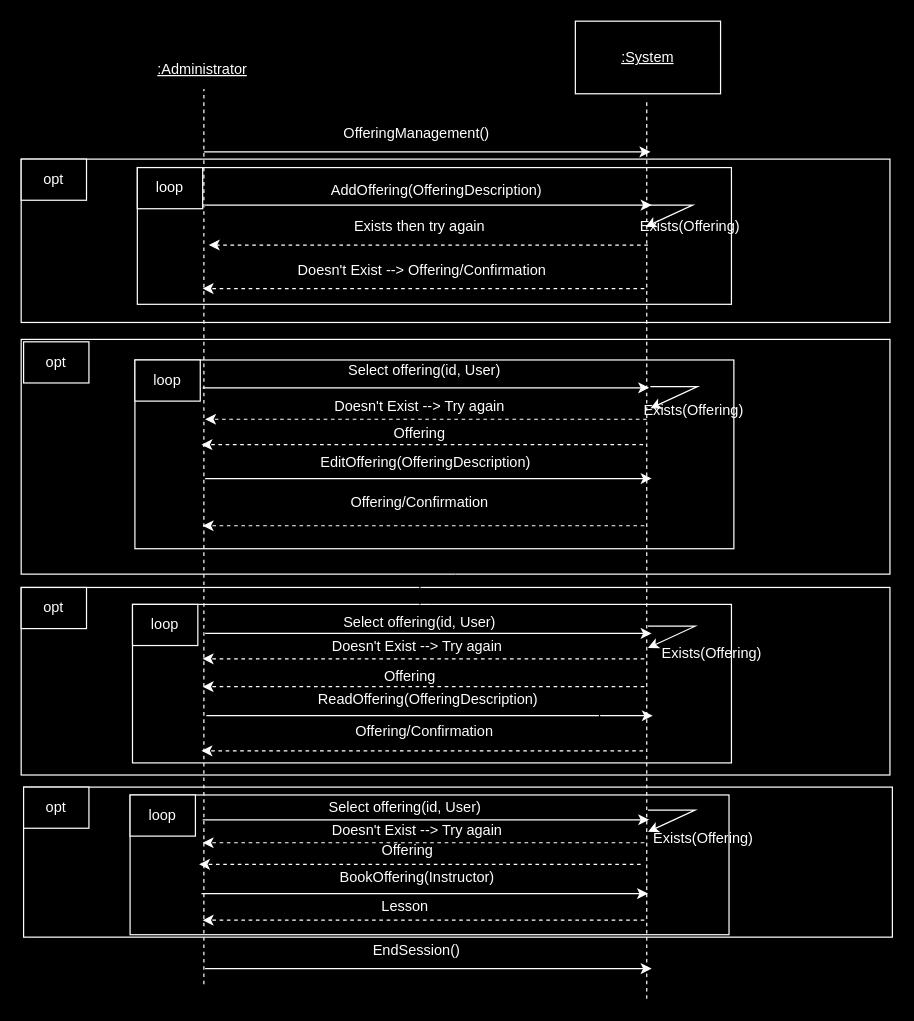
matdavid7272/342project keeps this draw.io diagram as Use Case 1/ssd_ProccessOfferings.drawio. Above is the earlier version. Source tidied: cells renumbered, new cells numbered last; positions are measured from the earlier drawing's top-left corner, leaving out a move shared by most shapes. Both pictures are drawn from the tidied source at 121%, with x=0, y=0 at pixel (21, 21).
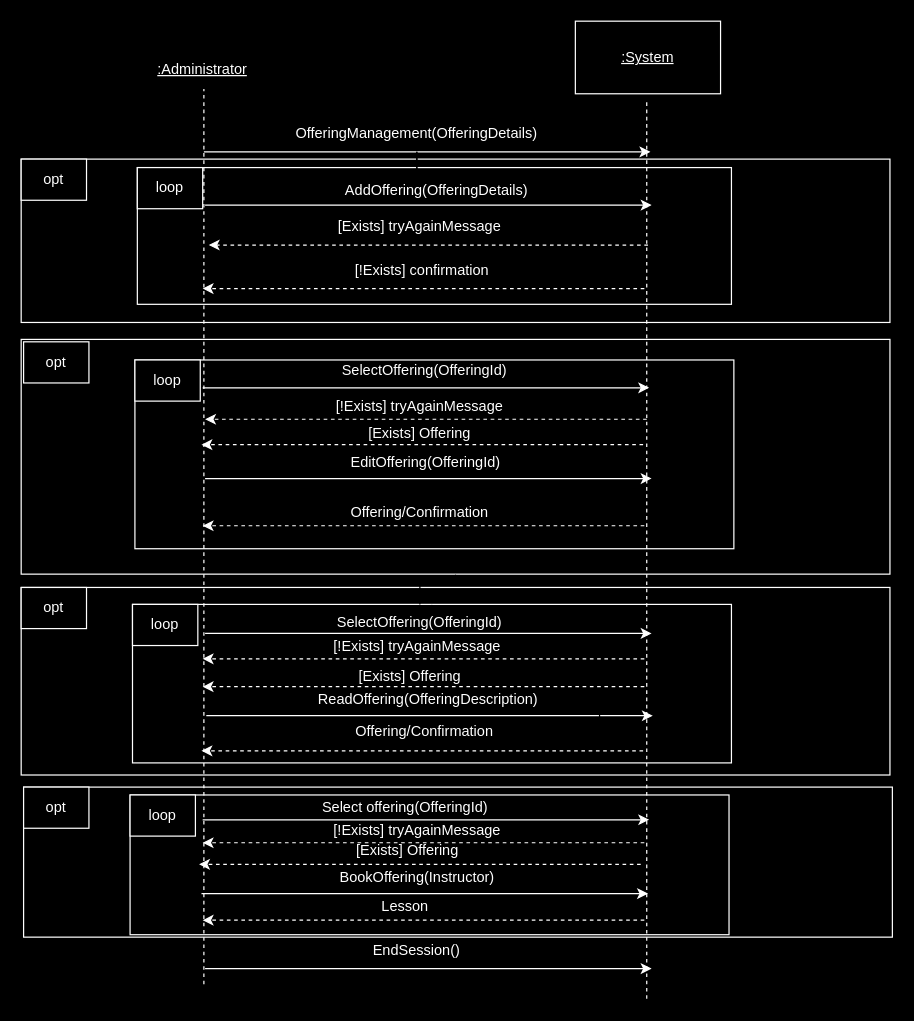
Above is the later version.

Diff of the diagram source:
```diff
@@
-    <mxCell id="22" value="&lt;font color=&quot;#ffffff&quot;&gt;EditOffering(OfferingDescription)&lt;/font&gt;" style="text;html=1;align=center;verticalAlign=middle;whiteSpace=wrap;rounded=0;" parent="1" vertex="1">
+    <mxCell id="22" value="&lt;font color=&quot;#ffffff&quot;&gt;EditOffering(OfferingId)&lt;/font&gt;" style="text;html=1;align=center;verticalAlign=middle;whiteSpace=wrap;rounded=0;" parent="1" vertex="1">
       <mxGeometry x="213" y="350" width="243" height="30" as="geometry" />
     </mxCell>
@@
     <mxCell id="24" value="&lt;font style=&quot;background-color: rgb(0, 0, 0);&quot; color=&quot;#ffffff&quot;&gt;Offering/Confirmation&lt;/font&gt;" style="text;html=1;align=center;verticalAlign=middle;whiteSpace=wrap;rounded=0;" parent="1" vertex="1">
-      <mxGeometry x="208" y="383" width="243" height="30" as="geometry" />
+      <mxGeometry x="208" y="391" width="243" height="30" as="geometry" />
     </mxCell>
@@
+    <mxCell id="73" style="edgeStyle=orthogonalEdgeStyle;rounded=0;jettySize=auto;html=1;" parent="1" edge="1" source="35" target="37">
+      <mxGeometry relative="1" as="geometry" />
+    </mxCell>
+    <mxCell id="74" style="edgeStyle=orthogonalEdgeStyle;rounded=0;jettySize=auto;html=1;" parent="1" edge="1" source="35" target="37">
+      <mxGeometry relative="1" as="geometry" />
+    </mxCell>
-    <mxCell id="35" value="&lt;font color=&quot;#ffffff&quot;&gt;OfferingManagement()&lt;/font&gt;" style="text;html=1;align=center;verticalAlign=middle;whiteSpace=wrap;rounded=0;" parent="1" vertex="1">
+    <mxCell id="35" value="&lt;font color=&quot;#ffffff&quot;&gt;OfferingManagement(OfferingDetails)&lt;/font&gt;" style="text;html=1;align=center;verticalAlign=middle;whiteSpace=wrap;rounded=0;" parent="1" vertex="1">
       <mxGeometry x="297" y="78" width="60" height="30" as="geometry" />
     </mxCell>
@@
-    <mxCell id="37" value="&lt;font color=&quot;#ffffff&quot;&gt;AddOffering(OfferingDescription)&lt;/font&gt;" style="text;html=1;align=center;verticalAlign=middle;whiteSpace=wrap;rounded=0;" parent="1" vertex="1">
+    <mxCell id="37" value="&lt;font color=&quot;#ffffff&quot;&gt;AddOffering(OfferingDetails)&lt;/font&gt;" style="text;html=1;align=center;verticalAlign=middle;whiteSpace=wrap;rounded=0;" parent="1" vertex="1">
       <mxGeometry x="222" y="125" width="243" height="30" as="geometry" />
     </mxCell>
@@
-    <mxCell id="39" value="&lt;font style=&quot;background-color: rgb(0, 0, 0);&quot; color=&quot;#ffffff&quot;&gt;Doesn't Exist --&amp;gt; Offering/Confirmation&lt;/font&gt;" style="text;html=1;align=center;verticalAlign=middle;whiteSpace=wrap;rounded=0;" parent="1" vertex="1">
+    <mxCell id="39" value="&lt;font color=&quot;#ffffff&quot;&gt;&lt;span style=&quot;background-color: rgb(0, 0, 0);&quot;&gt;[!Exists] confirmation&lt;/span&gt;&lt;/font&gt;" style="text;html=1;align=center;verticalAlign=middle;whiteSpace=wrap;rounded=0;" parent="1" vertex="1">
       <mxGeometry x="210" y="191" width="243" height="30" as="geometry" />
     </mxCell>
@@
-    <mxCell id="45" value="&lt;font color=&quot;#ffffff&quot;&gt;Select offering(id, User)&lt;/font&gt;" style="text;html=1;align=center;verticalAlign=middle;whiteSpace=wrap;rounded=0;" parent="1" vertex="1">
+    <mxCell id="45" value="&lt;font color=&quot;#ffffff&quot;&gt;SelectOffering(OfferingId)&lt;/font&gt;" style="text;html=1;align=center;verticalAlign=middle;whiteSpace=wrap;rounded=0;" parent="1" vertex="1">
       <mxGeometry x="212" y="274" width="243" height="30" as="geometry" />
     </mxCell>
@@
-    <mxCell id="47" value="&lt;font color=&quot;#ffffff&quot;&gt;Offering&lt;/font&gt;" style="text;html=1;align=center;verticalAlign=middle;whiteSpace=wrap;rounded=0;" parent="1" vertex="1">
+    <mxCell id="47" value="&lt;span style=&quot;color: rgb(255, 255, 255); background-color: rgb(0, 0, 0);&quot;&gt;[Exists]&amp;nbsp;&lt;/span&gt;&lt;font color=&quot;#ffffff&quot;&gt;Offering&lt;/font&gt;" style="text;html=1;align=center;verticalAlign=middle;whiteSpace=wrap;rounded=0;" parent="1" vertex="1">
       <mxGeometry x="208" y="326" width="243" height="30" as="geometry" />
     </mxCell>
@@
-    <mxCell id="51" value="&lt;font color=&quot;#ffffff&quot;&gt;Select offering(id, User)&lt;/font&gt;" style="text;html=1;align=center;verticalAlign=middle;whiteSpace=wrap;rounded=0;" parent="1" vertex="1">
+    <mxCell id="51" value="&lt;font color=&quot;#ffffff&quot;&gt;SelectOffering(OfferingId)&lt;/font&gt;" style="text;html=1;align=center;verticalAlign=middle;whiteSpace=wrap;rounded=0;" parent="1" vertex="1">
       <mxGeometry x="208" y="482" width="243" height="30" as="geometry" />
     </mxCell>
-    <mxCell id="52" value="&lt;font color=&quot;#ffffff&quot;&gt;Offering&lt;/font&gt;" style="text;html=1;align=center;verticalAlign=middle;whiteSpace=wrap;rounded=0;" parent="1" vertex="1">
+    <mxCell id="52" value="&lt;span style=&quot;color: rgb(255, 255, 255); background-color: rgb(0, 0, 0);&quot;&gt;[Exists]&amp;nbsp;&lt;/span&gt;&lt;font color=&quot;#ffffff&quot;&gt;Offering&lt;/font&gt;" style="text;html=1;align=center;verticalAlign=middle;whiteSpace=wrap;rounded=0;" parent="1" vertex="1">
       <mxGeometry x="200" y="527" width="243" height="30" as="geometry" />
     </mxCell>
@@
-    <mxCell id="55" value="&lt;font color=&quot;#ffffff&quot;&gt;Offering&lt;/font&gt;" style="text;html=1;align=center;verticalAlign=middle;whiteSpace=wrap;rounded=0;" parent="1" vertex="1">
+    <mxCell id="55" value="&lt;span style=&quot;color: rgb(255, 255, 255); background-color: rgb(0, 0, 0);&quot;&gt;[Exists]&amp;nbsp;&lt;/span&gt;&lt;font color=&quot;#ffffff&quot;&gt;Offering&lt;/font&gt;" style="text;html=1;align=center;verticalAlign=middle;whiteSpace=wrap;rounded=0;" parent="1" vertex="1">
       <mxGeometry x="198" y="671" width="243" height="30" as="geometry" />
     </mxCell>
-    <mxCell id="56" value="&lt;font color=&quot;#ffffff&quot;&gt;Select offering(id, User)&lt;/font&gt;" style="text;html=1;align=center;verticalAlign=middle;whiteSpace=wrap;rounded=0;" parent="1" vertex="1">
+    <mxCell id="56" value="&lt;font color=&quot;#ffffff&quot;&gt;Select offering(OfferingId)&lt;/font&gt;" style="text;html=1;align=center;verticalAlign=middle;whiteSpace=wrap;rounded=0;" parent="1" vertex="1">
       <mxGeometry x="196" y="635" width="243" height="30" as="geometry" />
     </mxCell>
-    <mxCell id="57" style="endArrow=classic;html=1;rounded=0;strokeColor=#FFFFFF;" parent="1" edge="1">
-      <mxGeometry relative="1" as="geometry">
-        <mxPoint x="516" y="152" as="sourcePoint" />
-        <mxPoint x="516" y="170" as="targetPoint" />
-        <Array as="points">
-          <mxPoint x="555" y="152" />
-        </Array>
-      </mxGeometry>
-    </mxCell>
-    <mxCell id="58" value="&lt;font color=&quot;#ffffff&quot;&gt;Exists(Offering)&lt;/font&gt;" style="text;html=1;align=center;verticalAlign=middle;whiteSpace=wrap;rounded=0;" parent="1" vertex="1">
-      <mxGeometry x="509" y="152.5" width="88" height="35" as="geometry" />
-    </mxCell>
-    <mxCell id="59" style="endArrow=classic;html=1;rounded=0;strokeColor=#FFFFFF;dashed=1;exitX=0.102;exitY=0.929;exitDx=0;exitDy=0;exitPerimeter=0;" parent="1" edge="1" source="58">
+    <mxCell id="59" style="endArrow=classic;html=1;rounded=0;strokeColor=#FFFFFF;dashed=1;exitX=0.102;exitY=0.929;exitDx=0;exitDy=0;exitPerimeter=0;" parent="1" edge="1">
       <mxGeometry relative="1" as="geometry">
+        <mxPoint x="518" y="185" as="sourcePoint" />
         <mxPoint x="155" y="185" as="targetPoint" />
       </mxGeometry>
     </mxCell>
-    <mxCell id="60" value="&lt;font style=&quot;background-color: rgb(0, 0, 0);&quot; color=&quot;#ffffff&quot;&gt;Exists then try again&lt;/font&gt;" style="text;html=1;align=center;verticalAlign=middle;whiteSpace=wrap;rounded=0;" parent="1" vertex="1">
+    <mxCell id="60" value="&lt;font color=&quot;#ffffff&quot;&gt;&lt;span style=&quot;background-color: rgb(0, 0, 0);&quot;&gt;[Exists] tryAgainMessage&lt;/span&gt;&lt;/font&gt;" style="text;html=1;align=center;verticalAlign=middle;whiteSpace=wrap;rounded=0;" parent="1" vertex="1">
       <mxGeometry x="208" y="155" width="243" height="30" as="geometry" />
     </mxCell>
-    <mxCell id="61" value="&lt;span style=&quot;color: rgb(255, 255, 255);&quot;&gt;Exists(Offering)&lt;/span&gt;" style="text;html=1;align=center;verticalAlign=middle;whiteSpace=wrap;rounded=0;" parent="1" vertex="1">
-      <mxGeometry x="512" y="304" width="88" height="35" as="geometry" />
-    </mxCell>
-    <mxCell id="62" style="endArrow=classic;html=1;rounded=0;strokeColor=#FFFFFF;" parent="1" edge="1">
-      <mxGeometry relative="1" as="geometry">
-        <mxPoint x="520" y="302" as="sourcePoint" />
-        <mxPoint x="520" y="320" as="targetPoint" />
-        <Array as="points">
-          <mxPoint x="559" y="302" />
-        </Array>
-      </mxGeometry>
-    </mxCell>
@@
-    <mxCell id="64" value="&lt;font color=&quot;#ffffff&quot;&gt;Doesn't Exist --&amp;gt; Try again&lt;/font&gt;" style="text;html=1;align=center;verticalAlign=middle;whiteSpace=wrap;rounded=0;" parent="1" vertex="1">
+    <mxCell id="64" value="&lt;span style=&quot;color: rgb(255, 255, 255); background-color: rgb(0, 0, 0);&quot;&gt;[!Exists] tryAgainMessage&lt;/span&gt;" style="text;html=1;align=center;verticalAlign=middle;whiteSpace=wrap;rounded=0;" parent="1" vertex="1">
       <mxGeometry x="208" y="304" width="243" height="30" as="geometry" />
     </mxCell>
-    <mxCell id="65" style="endArrow=classic;html=1;rounded=0;strokeColor=#FFFFFF;" parent="1" edge="1">
-      <mxGeometry relative="1" as="geometry">
-        <mxPoint x="518" y="652" as="sourcePoint" />
-        <mxPoint x="518" y="670" as="targetPoint" />
-        <Array as="points">
-          <mxPoint x="557" y="652" />
-        </Array>
-      </mxGeometry>
-    </mxCell>
@@
-    <mxCell id="67" value="&lt;font color=&quot;#ffffff&quot;&gt;Doesn't Exist --&amp;gt; Try again&lt;/font&gt;" style="text;html=1;align=center;verticalAlign=middle;whiteSpace=wrap;rounded=0;" parent="1" vertex="1">
+    <mxCell id="67" value="&lt;span style=&quot;color: rgb(255, 255, 255); background-color: rgb(0, 0, 0);&quot;&gt;[!Exists] tryAgainMessage&lt;/span&gt;" style="text;html=1;align=center;verticalAlign=middle;whiteSpace=wrap;rounded=0;" parent="1" vertex="1">
       <mxGeometry x="206" y="654" width="243" height="30" as="geometry" />
     </mxCell>
-    <mxCell id="68" style="endArrow=classic;html=1;rounded=0;strokeColor=#FFFFFF;" parent="1" edge="1">
-      <mxGeometry relative="1" as="geometry">
-        <mxPoint x="518" y="500" as="sourcePoint" />
-        <mxPoint x="518" y="518" as="targetPoint" />
-        <Array as="points">
-          <mxPoint x="557" y="500" />
-        </Array>
-      </mxGeometry>
-    </mxCell>
@@
-    <mxCell id="70" value="&lt;font color=&quot;#ffffff&quot;&gt;Doesn't Exist --&amp;gt; Try again&lt;/font&gt;" style="text;html=1;align=center;verticalAlign=middle;whiteSpace=wrap;rounded=0;" parent="1" vertex="1">
+    <mxCell id="70" value="&lt;span style=&quot;color: rgb(255, 255, 255); background-color: rgb(0, 0, 0);&quot;&gt;[!Exists] tryAgainMessage&lt;/span&gt;" style="text;html=1;align=center;verticalAlign=middle;whiteSpace=wrap;rounded=0;" parent="1" vertex="1">
       <mxGeometry x="206" y="502" width="243" height="30" as="geometry" />
     </mxCell>
-    <mxCell id="71" value="&lt;span style=&quot;color: rgb(255, 255, 255);&quot;&gt;Exists(Offering)&lt;/span&gt;" style="text;html=1;align=center;verticalAlign=middle;whiteSpace=wrap;rounded=0;" parent="1" vertex="1">
-      <mxGeometry x="527" y="505" width="88" height="35" as="geometry" />
-    </mxCell>
-    <mxCell id="72" value="&lt;span style=&quot;color: rgb(255, 255, 255);&quot;&gt;Exists(Offering)&lt;/span&gt;" style="text;html=1;align=center;verticalAlign=middle;whiteSpace=wrap;rounded=0;" parent="1" vertex="1">
-      <mxGeometry x="520" y="658" width="88" height="35" as="geometry" />
-    </mxCell>
```
